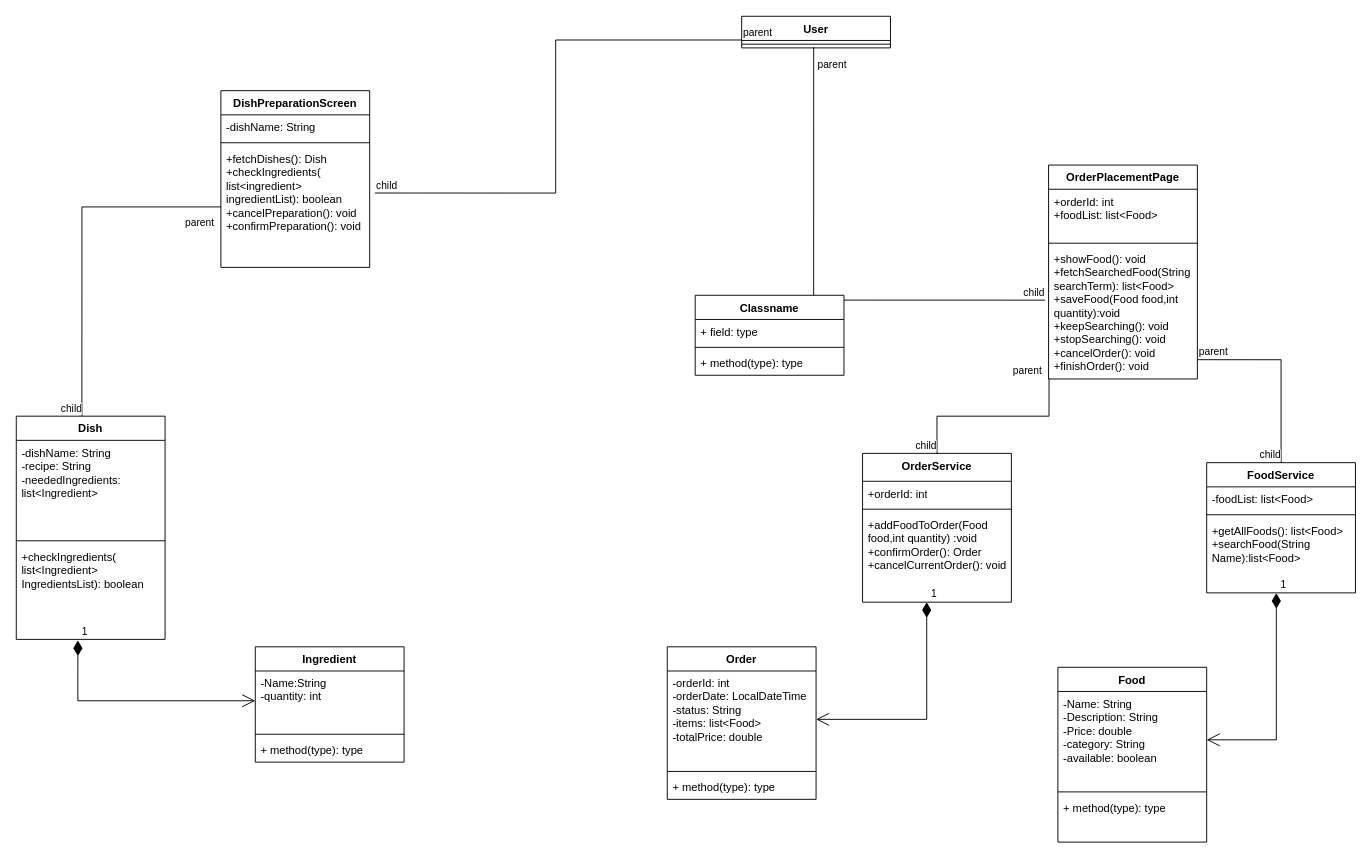
Earlier version of the draw.io diagram Class_diag_orderFood,PrepareDish__Lampros.drawio (TMCEID/SoftEngFishApp). Source tidied: cells renumbered, new cells numbered last; positions are measured from the earlier drawing's top-left corner, leaving out a move shared by most shapes. Both pictures are drawn from the tidied source at 93%, with x=0, y=0 at pixel (16, 16).
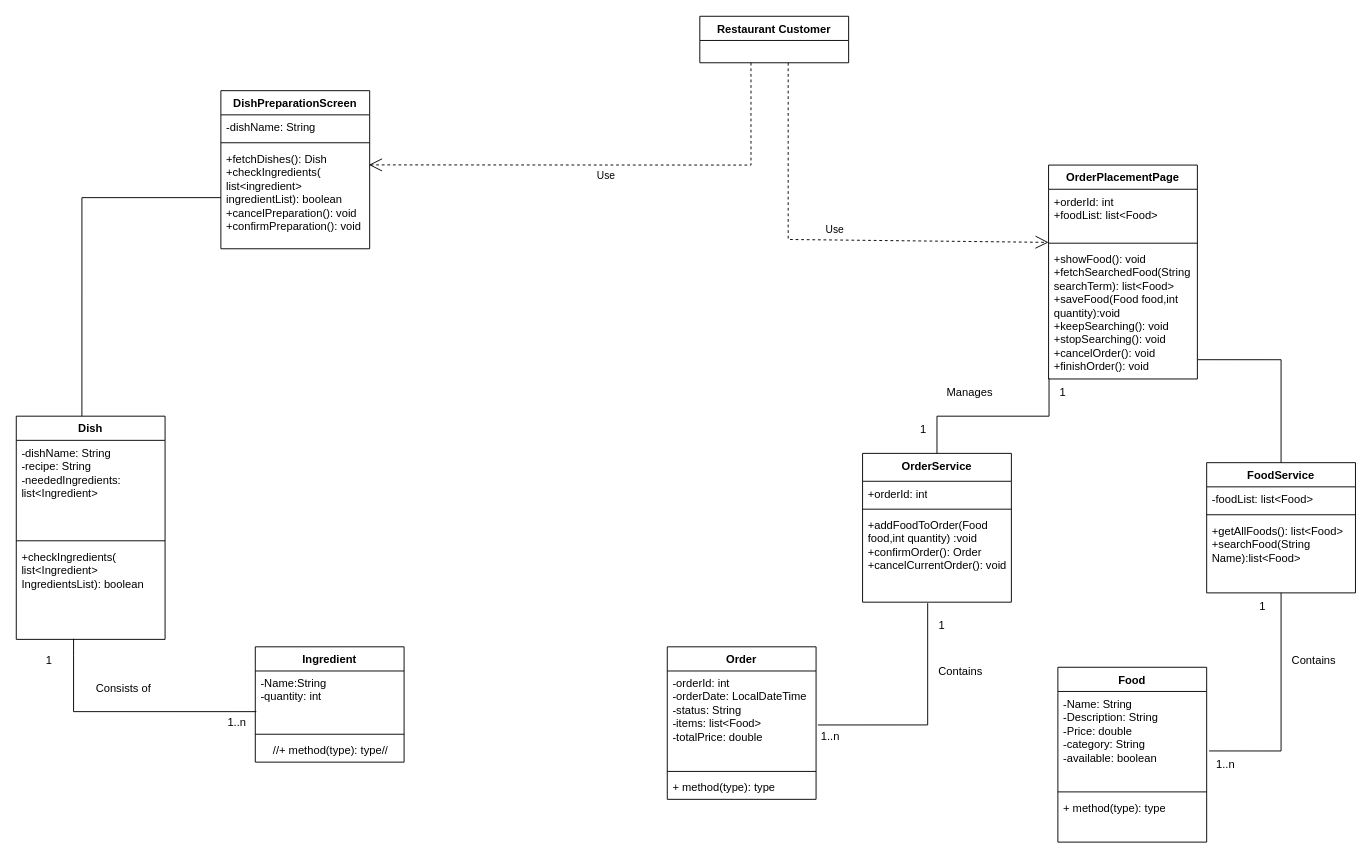
The same page after the edit.

Commit message:
Reviewed by Kostas.

The change refers to these unchanged cells:
```xml
<mxCell id="4" style="line;strokeWidth=1;fillColor=none;align=left;verticalAlign=middle;spacingTop=-1;spacingLeft=3;spacingRight=3;labelPosition=right;points=[];portConstraint=eastwest;strokeColor=inherit;" parent="2" vertex="1">
  <mxGeometry y="80" width="160" height="8" as="geometry" />
</mxCell>
<mxCell id="5" value="+showFood(): void&lt;div&gt;+fetchSearchedFood(String searchTerm): list&amp;lt;Food&amp;gt;&lt;/div&gt;&lt;div&gt;+saveFood(Food food,int quantity):void&lt;/div&gt;&lt;div&gt;+keepSearching(): void&lt;/div&gt;&lt;div&gt;+stopSearching(): void&lt;/div&gt;&lt;div&gt;+cancelOrder(): void&lt;/div&gt;&lt;div&gt;+finishOrder(): void&lt;/div&gt;" style="text;strokeColor=none;fillColor=none;align=left;verticalAlign=top;spacingLeft=4;spacingRight=4;overflow=hidden;points=[[0,0.5],[1,0.5]];portConstraint=eastwest;whiteSpace=wrap;html=1;" parent="2" vertex="1">
  <mxGeometry y="88" width="160" height="142" as="geometry" />
</mxCell>
<mxCell id="9" value="+getAllFoods(): list&amp;lt;Food&amp;gt;&lt;div&gt;+searchFood(String Name):list&amp;lt;Food&amp;gt;&lt;/div&gt;" style="text;strokeColor=none;fillColor=none;align=left;verticalAlign=top;spacingLeft=4;spacingRight=4;overflow=hidden;points=[[0,0.5],[1,0.5]];portConstraint=eastwest;whiteSpace=wrap;html=1;" parent="6" vertex="1">
  <mxGeometry y="60" width="160" height="80" as="geometry" />
</mxCell>
<mxCell id="11" value="-orderId: int&lt;div&gt;-orderDate: LocalDateTime&lt;/div&gt;&lt;div&gt;-status: String&lt;/div&gt;&lt;div&gt;-items: list&amp;lt;Food&amp;gt;&lt;/div&gt;&lt;div&gt;-totalPrice: double&lt;/div&gt;" style="text;strokeColor=none;fillColor=none;align=left;verticalAlign=top;spacingLeft=4;spacingRight=4;overflow=hidden;points=[[0,0.5],[1,0.5]];portConstraint=eastwest;whiteSpace=wrap;html=1;" parent="10" vertex="1">
  <mxGeometry y="26" width="160" height="104" as="geometry" />
</mxCell>
<mxCell id="15" value="-Name: String&lt;div&gt;-Description: String&lt;/div&gt;&lt;div&gt;-Price: double&lt;/div&gt;&lt;div&gt;-category: String&lt;/div&gt;&lt;div&gt;-available: boolean&lt;/div&gt;" style="text;strokeColor=none;fillColor=none;align=left;verticalAlign=top;spacingLeft=4;spacingRight=4;overflow=hidden;points=[[0,0.5],[1,0.5]];portConstraint=eastwest;whiteSpace=wrap;html=1;" parent="14" vertex="1">
  <mxGeometry y="26" width="160" height="104" as="geometry" />
</mxCell>
<mxCell id="21" value="+addFoodToOrder(Food food,int quantity) :void&lt;div&gt;+confirmOrder(): Order&lt;/div&gt;&lt;div&gt;+cancelCurrentOrder(): void&lt;/div&gt;" style="text;strokeColor=none;fillColor=none;align=left;verticalAlign=top;spacingLeft=4;spacingRight=4;overflow=hidden;points=[[0,0.5],[1,0.5]];portConstraint=eastwest;whiteSpace=wrap;html=1;" parent="18" vertex="1">
  <mxGeometry y="64" width="160" height="96" as="geometry" />
</mxCell>
<mxCell id="29" style="endArrow=none;html=1;edgeStyle=orthogonalEdgeStyle;rounded=0;exitX=1.003;exitY=0.854;exitDx=0;exitDy=0;exitPerimeter=0;entryX=0.5;entryY=0;entryDx=0;entryDy=0;" parent="1" edge="1" source="5" target="6">
  <mxGeometry relative="1" as="geometry" />
</mxCell>
<mxCell id="32" style="endArrow=none;html=1;edgeStyle=orthogonalEdgeStyle;rounded=0;exitX=0.003;exitY=0.996;exitDx=0;exitDy=0;exitPerimeter=0;entryX=0.5;entryY=0;entryDx=0;entryDy=0;" parent="1" edge="1" source="5" target="18">
  <mxGeometry relative="1" as="geometry" />
</mxCell>
<mxCell id="38" value="+checkIngredients( list&amp;lt;Ingredient&amp;gt; IngredientsList): boolean" style="text;strokeColor=none;fillColor=none;align=left;verticalAlign=top;spacingLeft=4;spacingRight=4;overflow=hidden;points=[[0,0.5],[1,0.5]];portConstraint=eastwest;whiteSpace=wrap;html=1;" parent="35" vertex="1">
  <mxGeometry y="138" width="160" height="102" as="geometry" />
</mxCell>
<mxCell id="47" value="Ingredient" style="swimlane;fontStyle=1;align=center;verticalAlign=top;horizontal=1;startSize=26;whiteSpace=wrap;html=1;" parent="1" vertex="1">
  <mxGeometry x="257" y="678" width="160" height="124" as="geometry" />
</mxCell>
<mxCell id="48" value="-Name:String&lt;div&gt;-quantity: int&lt;/div&gt;" style="text;strokeColor=none;fillColor=none;align=left;verticalAlign=top;spacingLeft=4;spacingRight=4;overflow=hidden;points=[[0,0.5],[1,0.5]];portConstraint=eastwest;whiteSpace=wrap;html=1;" parent="47" vertex="1">
  <mxGeometry y="26" width="160" height="64" as="geometry" />
</mxCell>
<mxCell id="52" style="endArrow=none;html=1;edgeStyle=orthogonalEdgeStyle;rounded=0;exitX=0;exitY=0.5;exitDx=0;exitDy=0;entryX=0.441;entryY=0;entryDx=0;entryDy=0;entryPerimeter=0;" parent="1" edge="1" source="46" target="35">
  <mxGeometry relative="1" as="geometry" />
</mxCell>
```

Diff of the diagram source:
```diff
@@
-    <mxCell id="22" value="User" style="swimlane;fontStyle=1;align=center;verticalAlign=top;horizontal=1;startSize=26;whiteSpace=wrap;html=1;" parent="1" vertex="1">
-      <mxGeometry x="780" width="160" height="34" as="geometry" />
+    <mxCell id="22" value="Restaurant Customer" style="swimlane;fontStyle=1;align=center;verticalAlign=top;horizontal=1;startSize=26;whiteSpace=wrap;html=1;" parent="1" vertex="1">
+      <mxGeometry x="735" width="160" height="50" as="geometry" />
     </mxCell>
-    <mxCell id="23" style="line;strokeWidth=1;fillColor=none;align=left;verticalAlign=middle;spacingTop=-1;spacingLeft=3;spacingRight=3;labelPosition=right;points=[];portConstraint=eastwest;strokeColor=inherit;" parent="22" vertex="1">
-      <mxGeometry y="26" width="160" height="8" as="geometry" />
-    </mxCell>
-    <mxCell id="24" style="endArrow=none;html=1;edgeStyle=orthogonalEdgeStyle;rounded=0;exitX=0.484;exitY=0.9;exitDx=0;exitDy=0;exitPerimeter=0;entryX=-0.023;entryY=0.403;entryDx=0;entryDy=0;entryPerimeter=0;" parent="1" edge="1" source="23" target="5">
-      <mxGeometry relative="1" as="geometry" />
-    </mxCell>
-    <mxCell id="25" value="parent" style="edgeLabel;html=1;align=left;verticalAlign=bottom;" parent="24" vertex="1">
-      <mxGeometry x="-1" relative="1" as="geometry">
-        <mxPoint x="3" y="27" as="offset" />
-      </mxGeometry>
-    </mxCell>
-    <mxCell id="26" value="child" style="edgeLabel;html=1;align=right;verticalAlign=bottom;" parent="24" vertex="1">
-      <mxGeometry x="1" relative="1" as="geometry" />
-    </mxCell>
-    <mxCell id="27" value="1" style="endArrow=open;html=1;endSize=12;startArrow=diamondThin;startSize=14;startFill=1;edgeStyle=orthogonalEdgeStyle;align=left;verticalAlign=bottom;rounded=0;exitX=0.431;exitY=1;exitDx=0;exitDy=0;exitPerimeter=0;entryX=1;entryY=0.5;entryDx=0;entryDy=0;" parent="1" edge="1" source="21" target="11">
-      <mxGeometry x="-1" y="3" relative="1" as="geometry" />
-    </mxCell>
-    <mxCell id="28" value="1" style="endArrow=open;html=1;endSize=12;startArrow=diamondThin;startSize=14;startFill=1;edgeStyle=orthogonalEdgeStyle;align=left;verticalAlign=bottom;rounded=0;exitX=0.468;exitY=1.002;exitDx=0;exitDy=0;exitPerimeter=0;entryX=1;entryY=0.5;entryDx=0;entryDy=0;" parent="1" edge="1" source="9" target="15">
-      <mxGeometry x="-1" y="3" relative="1" as="geometry" />
-    </mxCell>
@@
-    <mxCell id="30" value="parent" style="edgeLabel;html=1;align=left;verticalAlign=bottom;" parent="29" vertex="1">
-      <mxGeometry x="-1" relative="1" as="geometry" />
-    </mxCell>
-    <mxCell id="31" value="child" style="edgeLabel;html=1;align=right;verticalAlign=bottom;" parent="29" vertex="1">
-      <mxGeometry x="1" relative="1" as="geometry" />
-    </mxCell>
@@
-    <mxCell id="33" value="parent" style="edgeLabel;html=1;align=left;verticalAlign=bottom;" parent="32" vertex="1">
-      <mxGeometry x="-1" relative="1" as="geometry">
-        <mxPoint x="-40" as="offset" />
-      </mxGeometry>
-    </mxCell>
-    <mxCell id="34" value="child" style="edgeLabel;html=1;align=right;verticalAlign=bottom;" parent="32" vertex="1">
-      <mxGeometry x="1" relative="1" as="geometry" />
-    </mxCell>
@@
-    <mxCell id="39" value="Classname" style="swimlane;fontStyle=1;align=center;verticalAlign=top;horizontal=1;startSize=26;whiteSpace=wrap;html=1;" parent="1" vertex="1">
-      <mxGeometry x="730" y="300" width="160" height="86" as="geometry" />
-    </mxCell>
-    <mxCell id="40" value="+ field: type" style="text;strokeColor=none;fillColor=none;align=left;verticalAlign=top;spacingLeft=4;spacingRight=4;overflow=hidden;whiteSpace=wrap;html=1;" parent="39" vertex="1">
-      <mxGeometry y="26" width="160" height="26" as="geometry" />
-    </mxCell>
-    <mxCell id="41" style="line;strokeWidth=1;fillColor=none;align=left;verticalAlign=middle;spacingTop=-1;spacingLeft=3;spacingRight=3;labelPosition=right;strokeColor=inherit;" parent="39" vertex="1">
-      <mxGeometry y="52" width="160" height="8" as="geometry" />
-    </mxCell>
-    <mxCell id="42" value="+ method(type): type" style="text;strokeColor=none;fillColor=none;align=left;verticalAlign=top;spacingLeft=4;spacingRight=4;overflow=hidden;whiteSpace=wrap;html=1;" parent="39" vertex="1">
-      <mxGeometry y="60" width="160" height="26" as="geometry" />
-    </mxCell>
     <mxCell id="43" value="DishPreparationScreen" style="swimlane;fontStyle=1;align=center;verticalAlign=top;horizontal=1;startSize=26;whiteSpace=wrap;html=1;" parent="1" vertex="1">
-      <mxGeometry x="220" y="80" width="160" height="190" as="geometry" />
+      <mxGeometry x="220" y="80" width="160" height="170" as="geometry" />
     </mxCell>
@@
     <mxCell id="46" value="+fetchDishes(): Dish&lt;div&gt;+checkIngredients( list&amp;lt;ingredient&amp;gt; ingredientList): boolean&lt;/div&gt;&lt;div&gt;+cancelPreparation(): void&lt;/div&gt;&lt;div&gt;+confirmPreparation(): void&lt;/div&gt;" style="text;strokeColor=none;fillColor=none;align=left;verticalAlign=top;spacingLeft=4;spacingRight=4;overflow=hidden;points=[[0,0.5],[1,0.5]];portConstraint=eastwest;whiteSpace=wrap;html=1;" parent="43" vertex="1">
-      <mxGeometry y="60" width="160" height="130" as="geometry" />
+      <mxGeometry y="60" width="160" height="110" as="geometry" />
     </mxCell>
@@
-    <mxCell id="50" value="+ method(type): type" style="text;strokeColor=none;fillColor=none;align=left;verticalAlign=top;spacingLeft=4;spacingRight=4;overflow=hidden;whiteSpace=wrap;html=1;" parent="47" vertex="1">
+    <mxCell id="50" value="&amp;nbsp;&amp;nbsp;&amp;nbsp; //+ method(type): type//" style="text;strokeColor=none;fillColor=none;align=left;verticalAlign=top;spacingLeft=4;spacingRight=4;overflow=hidden;whiteSpace=wrap;html=1;" parent="47" vertex="1">
       <mxGeometry y="98" width="160" height="26" as="geometry" />
     </mxCell>
-    <mxCell id="51" value="1" style="endArrow=open;html=1;endSize=12;startArrow=diamondThin;startSize=14;startFill=1;edgeStyle=orthogonalEdgeStyle;align=left;verticalAlign=bottom;rounded=0;exitX=0.414;exitY=1.01;exitDx=0;exitDy=0;exitPerimeter=0;entryX=0;entryY=0.5;entryDx=0;entryDy=0;" parent="1" edge="1" source="38" target="48">
-      <mxGeometry x="-1" y="3" relative="1" as="geometry" />
-    </mxCell>
@@
-    <mxCell id="53" value="parent" style="edgeLabel;html=1;align=left;verticalAlign=bottom;" parent="52" vertex="1">
-      <mxGeometry x="-1" relative="1" as="geometry">
-        <mxPoint x="-40" y="25" as="offset" />
-      </mxGeometry>
-    </mxCell>
-    <mxCell id="54" value="child" style="edgeLabel;html=1;align=right;verticalAlign=bottom;" parent="52" vertex="1">
-      <mxGeometry x="1" relative="1" as="geometry" />
-    </mxCell>
-    <mxCell id="55" style="endArrow=none;html=1;edgeStyle=orthogonalEdgeStyle;rounded=0;exitX=0;exitY=0.75;exitDx=0;exitDy=0;entryX=1.036;entryY=0.385;entryDx=0;entryDy=0;entryPerimeter=0;" parent="1" edge="1" source="22" target="46">
-      <mxGeometry relative="1" as="geometry" />
-    </mxCell>
-    <mxCell id="56" value="parent" style="edgeLabel;html=1;align=left;verticalAlign=bottom;" parent="55" vertex="1">
-      <mxGeometry x="-1" relative="1" as="geometry" />
-    </mxCell>
-    <mxCell id="57" value="child" style="edgeLabel;html=1;align=right;verticalAlign=bottom;" parent="55" vertex="1">
-      <mxGeometry x="1" relative="1" as="geometry">
-        <mxPoint x="24" as="offset" />
-      </mxGeometry>
-    </mxCell>
+    <mxCell id="58" value="Use" style="endArrow=open;endSize=12;dashed=1;html=1;rounded=0;" parent="1" edge="1" target="4">
+      <mxGeometry x="0.02" y="11" relative="1" as="geometry">
+        <mxPoint x="830" y="50" as="sourcePoint" />
+        <Array as="points">
+          <mxPoint x="830" y="240" />
+        </Array>
+      </mxGeometry>
+    </mxCell>
+    <mxCell id="59" value="Manages" style="text;html=1;align=center;verticalAlign=middle;strokeColor=none;fillColor=none;" parent="1" vertex="1">
+      <mxGeometry x="990" y="390" width="70" height="30" as="geometry" />
+    </mxCell>
+    <mxCell id="60" value="1" style="text;html=1;align=center;verticalAlign=middle;strokeColor=none;fillColor=none;" parent="1" vertex="1">
+      <mxGeometry x="960" y="430" width="30" height="30" as="geometry" />
+    </mxCell>
+    <mxCell id="61" value="1" style="text;html=1;align=center;verticalAlign=middle;strokeColor=none;fillColor=none;" parent="1" vertex="1">
+      <mxGeometry x="1110" y="390" width="30" height="30" as="geometry" />
+    </mxCell>
+    <mxCell id="62" style="endArrow=none;html=1;edgeStyle=orthogonalEdgeStyle;rounded=0;entryX=1.012;entryY=0.558;entryDx=0;entryDy=0;entryPerimeter=0;" parent="1" edge="1" target="11">
+      <mxGeometry relative="1" as="geometry">
+        <mxPoint x="980" y="631" as="sourcePoint" />
+        <Array as="points">
+          <mxPoint x="980" y="631" />
+          <mxPoint x="980" y="762" />
+        </Array>
+      </mxGeometry>
+    </mxCell>
+    <mxCell id="63" value="Contains" style="text;html=1;align=center;verticalAlign=middle;strokeColor=none;fillColor=none;" parent="1" vertex="1">
+      <mxGeometry x="980" y="690" width="70" height="30" as="geometry" />
+    </mxCell>
+    <mxCell id="64" value="1" style="text;html=1;align=center;verticalAlign=middle;strokeColor=none;fillColor=none;" parent="1" vertex="1">
+      <mxGeometry x="980" y="640" width="30" height="30" as="geometry" />
+    </mxCell>
+    <mxCell id="65" value="1..n" style="text;html=1;align=center;verticalAlign=middle;strokeColor=none;fillColor=none;" parent="1" vertex="1">
+      <mxGeometry x="855" y="760" width="40" height="30" as="geometry" />
+    </mxCell>
+    <mxCell id="66" style="endArrow=none;html=1;edgeStyle=orthogonalEdgeStyle;rounded=0;entryX=1.016;entryY=0.615;entryDx=0;entryDy=0;entryPerimeter=0;" parent="1" edge="1" target="15">
+      <mxGeometry relative="1" as="geometry">
+        <mxPoint x="1360" y="620" as="sourcePoint" />
+        <Array as="points">
+          <mxPoint x="1360" y="620" />
+          <mxPoint x="1360" y="790" />
+        </Array>
+      </mxGeometry>
+    </mxCell>
+    <mxCell id="67" value="Contains" style="text;html=1;align=center;verticalAlign=middle;strokeColor=none;fillColor=none;" parent="1" vertex="1">
+      <mxGeometry x="1360" y="678" width="70" height="30" as="geometry" />
+    </mxCell>
+    <mxCell id="68" value="1" style="text;html=1;align=center;verticalAlign=middle;strokeColor=none;fillColor=none;" parent="1" vertex="1">
+      <mxGeometry x="1325" y="620" width="30" height="30" as="geometry" />
+    </mxCell>
+    <mxCell id="69" value="1..n" style="text;html=1;align=center;verticalAlign=middle;strokeColor=none;fillColor=none;" parent="1" vertex="1">
+      <mxGeometry x="1280" y="790" width="40" height="30" as="geometry" />
+    </mxCell>
+    <mxCell id="70" style="endArrow=none;html=1;edgeStyle=orthogonalEdgeStyle;rounded=0;exitX=0.007;exitY=0.683;exitDx=0;exitDy=0;exitPerimeter=0;entryX=0.385;entryY=0.994;entryDx=0;entryDy=0;entryPerimeter=0;" parent="1" edge="1" source="48" target="38">
+      <mxGeometry relative="1" as="geometry" />
+    </mxCell>
+    <mxCell id="71" value="1" style="text;html=1;align=center;verticalAlign=middle;strokeColor=none;fillColor=none;" parent="1" vertex="1">
+      <mxGeometry x="20" y="678" width="30" height="30" as="geometry" />
+    </mxCell>
+    <mxCell id="72" value="1..n" style="text;html=1;align=center;verticalAlign=middle;strokeColor=none;fillColor=none;" parent="1" vertex="1">
+      <mxGeometry x="217" y="745" width="40" height="30" as="geometry" />
+    </mxCell>
+    <mxCell id="73" value="Consists of" style="text;html=1;align=center;verticalAlign=middle;strokeColor=none;fillColor=none;" parent="1" vertex="1">
+      <mxGeometry x="75" y="708" width="80" height="30" as="geometry" />
+    </mxCell>
+    <mxCell id="74" value="Use" style="endArrow=open;endSize=12;dashed=1;html=1;rounded=0;entryX=0.995;entryY=0.18;entryDx=0;entryDy=0;entryPerimeter=0;" parent="1" edge="1" target="46">
+      <mxGeometry x="0.02" y="11" relative="1" as="geometry">
+        <mxPoint x="790" y="50" as="sourcePoint" />
+        <Array as="points">
+          <mxPoint x="790" y="160" />
+        </Array>
+      </mxGeometry>
+    </mxCell>
```
